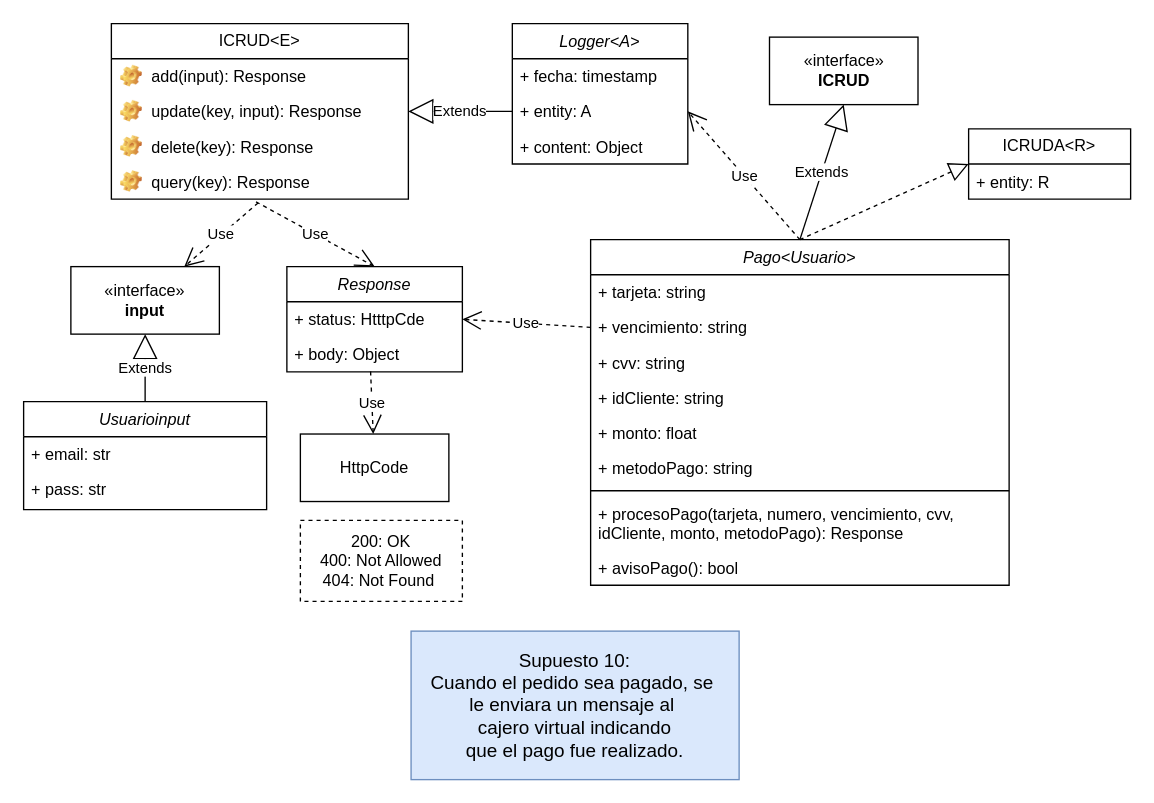
Earlier version of the draw.io diagram Front-End_Sprint/Diagrama Supuesto10.drawio (Giggin-html/dwm4). Source tidied: cells renumbered, new cells numbered last; positions are measured from the earlier drawing's top-left corner, leaving out a move shared by most shapes. Both pictures are drawn from the tidied source at 135%, with x=0, y=0 at pixel (23, 23).
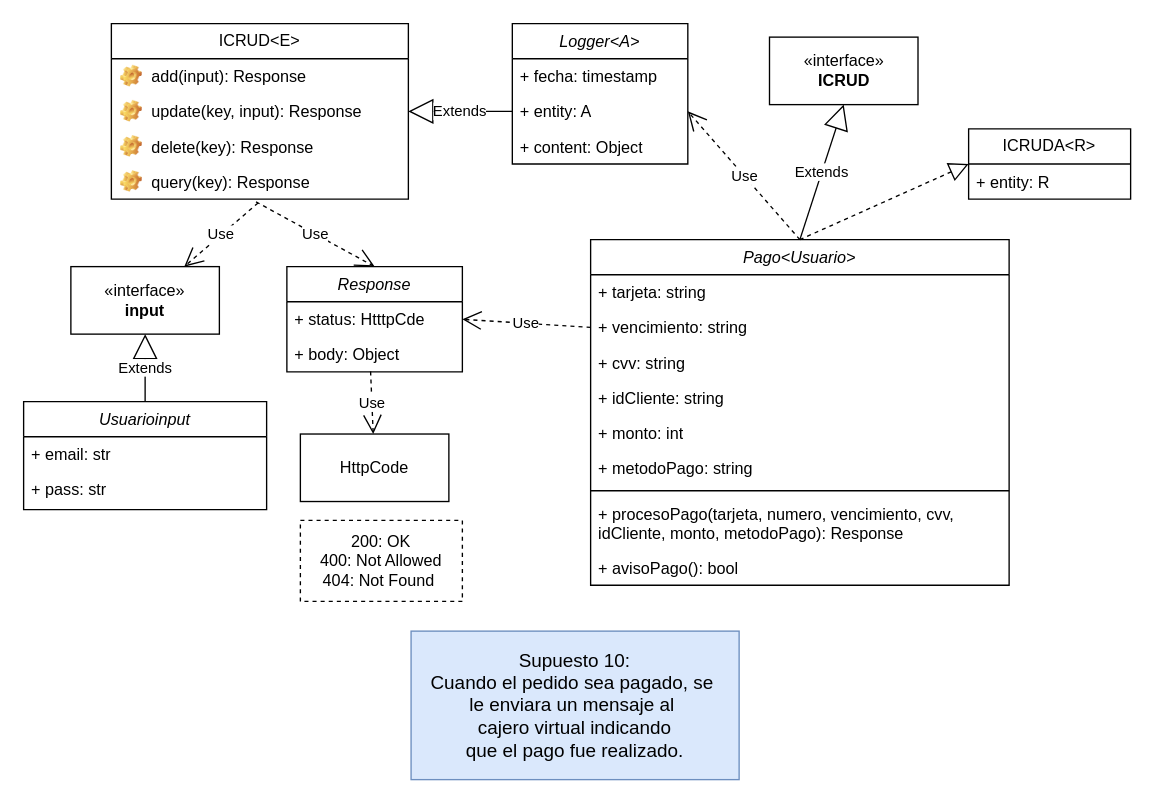
The same page after the edit.

Unchanged cells that the change refers to:
```xml
<mxCell id="3" value="Pago&lt;Usuario&gt;" style="swimlane;fontStyle=2;align=center;verticalAlign=top;horizontal=1;startSize=26;rounded=0;shadow=0;strokeWidth=1;" parent="1" vertex="1">
  <mxGeometry x="420" y="160" width="310" height="256" as="geometry" />
</mxCell>
```

Change to the diagram source:
```diff
@@
-    <mxCell id="8" value="+ monto: float" style="text;strokeColor=none;fillColor=none;align=left;verticalAlign=top;spacingLeft=4;spacingRight=4;overflow=hidden;whiteSpace=wrap;html=1;" parent="3" vertex="1">
+    <mxCell id="8" value="+ monto: int" style="text;strokeColor=none;fillColor=none;align=left;verticalAlign=top;spacingLeft=4;spacingRight=4;overflow=hidden;whiteSpace=wrap;html=1;" parent="3" vertex="1">
       <mxGeometry y="130" width="310" height="26" as="geometry" />
     </mxCell>
```
